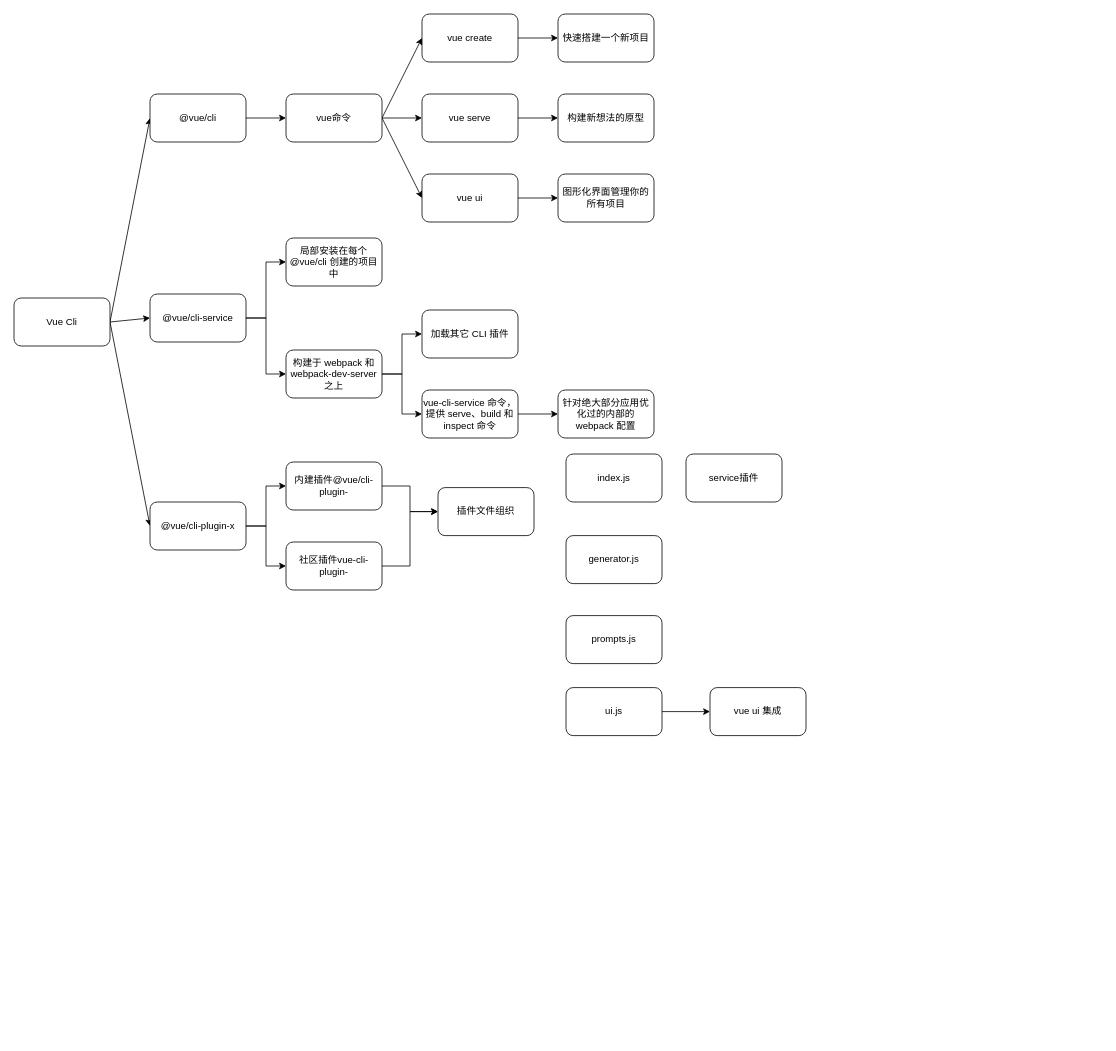
The draw.io diagram frontend/vuecli.drawio in Rockergmail/draw.io, before the edit. Source tidied: cells renumbered, new cells numbered last; positions are measured from the earlier drawing's top-left corner, leaving out a move shared by most shapes. Both pictures are drawn from the tidied source at 80%, with x=0, y=0 at pixel (14, 14).
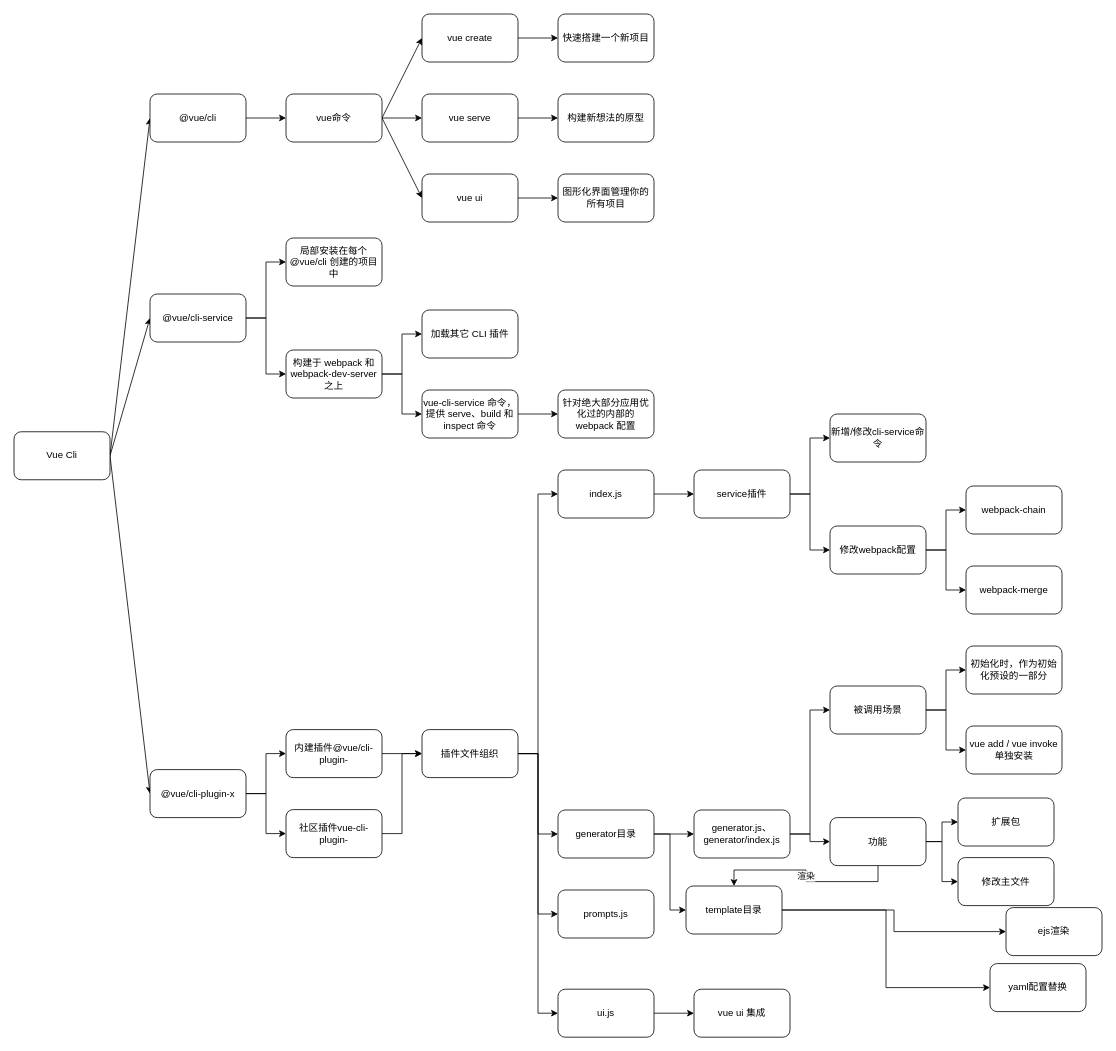
The same page after the edit.

What changed in the source:
```diff
@@
     <mxCell id="5" value="Vue Cli" style="rounded=1;whiteSpace=wrap;html=1;" parent="1" vertex="1">
-      <mxGeometry y="355" width="120" height="60" as="geometry" />
+      <mxGeometry y="522.2" width="120" height="60" as="geometry" />
     </mxCell>
@@
     <mxCell id="13" value="@vue/cli-plugin-x" style="rounded=1;whiteSpace=wrap;html=1;" parent="1" vertex="1">
-      <mxGeometry x="170" y="610" width="120" height="60" as="geometry" />
+      <mxGeometry x="170" y="944.5" width="120" height="60" as="geometry" />
     </mxCell>
@@
     <mxCell id="36" value="内建插件@vue/cli-plugin-" style="rounded=1;whiteSpace=wrap;html=1;" parent="1" vertex="1">
-      <mxGeometry x="340" y="560" width="120" height="60" as="geometry" />
+      <mxGeometry x="340" y="894.5" width="120" height="60" as="geometry" />
     </mxCell>
@@
     <mxCell id="38" value="社区插件vue-cli-plugin-" style="rounded=1;whiteSpace=wrap;html=1;" parent="1" vertex="1">
-      <mxGeometry x="340" y="660" width="120" height="60" as="geometry" />
+      <mxGeometry x="340" y="994.5" width="120" height="60" as="geometry" />
     </mxCell>
+    <mxCell id="47" style="edgeStyle=orthogonalEdgeStyle;rounded=0;jettySize=auto;html=1;exitX=1;exitY=0.5;exitDx=0;exitDy=0;entryX=0;entryY=0.5;entryDx=0;entryDy=0;" parent="1" edge="1" source="39" target="41">
+      <mxGeometry relative="1" as="geometry" />
+    </mxCell>
+    <mxCell id="48" style="edgeStyle=orthogonalEdgeStyle;rounded=0;jettySize=auto;html=1;exitX=1;exitY=0.5;exitDx=0;exitDy=0;entryX=0;entryY=0.5;entryDx=0;entryDy=0;" parent="1" edge="1" source="39" target="40">
+      <mxGeometry relative="1" as="geometry" />
+    </mxCell>
+    <mxCell id="49" style="edgeStyle=orthogonalEdgeStyle;rounded=0;jettySize=auto;html=1;exitX=1;exitY=0.5;exitDx=0;exitDy=0;entryX=0;entryY=0.5;entryDx=0;entryDy=0;" parent="1" edge="1" source="39" target="42">
+      <mxGeometry relative="1" as="geometry" />
+    </mxCell>
+    <mxCell id="50" style="edgeStyle=orthogonalEdgeStyle;rounded=0;jettySize=auto;html=1;exitX=1;exitY=0.5;exitDx=0;exitDy=0;entryX=0;entryY=0.5;entryDx=0;entryDy=0;" parent="1" edge="1" source="39" target="44">
+      <mxGeometry relative="1" as="geometry" />
+    </mxCell>
     <mxCell id="39" value="插件文件组织" style="rounded=1;whiteSpace=wrap;html=1;" parent="1" vertex="1">
-      <mxGeometry x="530" y="592" width="120" height="60" as="geometry" />
+      <mxGeometry x="510" y="894.5" width="120" height="60" as="geometry" />
     </mxCell>
+    <mxCell id="51" style="edgeStyle=orthogonalEdgeStyle;rounded=0;jettySize=auto;html=1;entryX=0;entryY=0.5;entryDx=0;entryDy=0;" parent="1" edge="1" source="40" target="63">
+      <mxGeometry relative="1" as="geometry" />
+    </mxCell>
+    <mxCell id="52" style="edgeStyle=orthogonalEdgeStyle;rounded=0;jettySize=auto;html=1;exitX=1;exitY=0.5;exitDx=0;exitDy=0;entryX=0;entryY=0.5;entryDx=0;entryDy=0;" parent="1" edge="1" source="40" target="66">
+      <mxGeometry relative="1" as="geometry" />
+    </mxCell>
-    <mxCell id="40" value="generator.js" style="rounded=1;whiteSpace=wrap;html=1;" parent="1" vertex="1">
-      <mxGeometry x="690" y="652" width="120" height="60" as="geometry" />
+    <mxCell id="40" value="generator目录" style="rounded=1;whiteSpace=wrap;html=1;" parent="1" vertex="1">
+      <mxGeometry x="680" y="995" width="120" height="60" as="geometry" />
     </mxCell>
+    <mxCell id="53" style="edgeStyle=orthogonalEdgeStyle;rounded=0;jettySize=auto;html=1;exitX=1;exitY=0.5;exitDx=0;exitDy=0;entryX=0;entryY=0.5;entryDx=0;entryDy=0;" parent="1" edge="1" source="41" target="45">
+      <mxGeometry relative="1" as="geometry" />
+    </mxCell>
     <mxCell id="41" value="index.js" style="rounded=1;whiteSpace=wrap;html=1;" parent="1" vertex="1">
-      <mxGeometry x="690" y="550" width="120" height="60" as="geometry" />
+      <mxGeometry x="680" y="570" width="120" height="60" as="geometry" />
     </mxCell>
     <mxCell id="42" value="prompts.js" style="rounded=1;whiteSpace=wrap;html=1;" parent="1" vertex="1">
-      <mxGeometry x="690" y="752" width="120" height="60" as="geometry" />
+      <mxGeometry x="680" y="1095" width="120" height="60" as="geometry" />
     </mxCell>
@@
     <mxCell id="44" value="ui.js" style="rounded=1;whiteSpace=wrap;html=1;" parent="1" vertex="1">
-      <mxGeometry x="690" y="842" width="120" height="60" as="geometry" />
+      <mxGeometry x="680" y="1219" width="120" height="60" as="geometry" />
     </mxCell>
+    <mxCell id="54" style="edgeStyle=orthogonalEdgeStyle;rounded=0;jettySize=auto;html=1;exitX=1;exitY=0.5;exitDx=0;exitDy=0;entryX=0;entryY=0.5;entryDx=0;entryDy=0;" parent="1" edge="1" source="45" target="75">
+      <mxGeometry relative="1" as="geometry" />
+    </mxCell>
+    <mxCell id="55" style="edgeStyle=orthogonalEdgeStyle;rounded=0;jettySize=auto;html=1;exitX=1;exitY=0.5;exitDx=0;exitDy=0;entryX=0;entryY=0.5;entryDx=0;entryDy=0;" parent="1" edge="1" source="45" target="78">
+      <mxGeometry relative="1" as="geometry" />
+    </mxCell>
     <mxCell id="45" value="service插件" style="rounded=1;whiteSpace=wrap;html=1;" parent="1" vertex="1">
-      <mxGeometry x="840" y="550" width="120" height="60" as="geometry" />
+      <mxGeometry x="850" y="570" width="120" height="60" as="geometry" />
     </mxCell>
     <mxCell id="46" value="vue ui 集成" style="rounded=1;whiteSpace=wrap;html=1;" parent="1" vertex="1">
-      <mxGeometry x="870" y="842" width="120" height="60" as="geometry" />
+      <mxGeometry x="850" y="1219" width="120" height="60" as="geometry" />
     </mxCell>
+    <mxCell id="56" value="初始化时，作为初始化预设的一部分" style="rounded=1;whiteSpace=wrap;html=1;" parent="1" vertex="1">
+      <mxGeometry x="1190" y="790" width="120" height="60" as="geometry" />
+    </mxCell>
+    <mxCell id="57" value="vue add / vue invoke单独安装" style="rounded=1;whiteSpace=wrap;html=1;" parent="1" vertex="1">
+      <mxGeometry x="1190" y="890" width="120" height="60" as="geometry" />
+    </mxCell>
+    <mxCell id="58" style="edgeStyle=orthogonalEdgeStyle;rounded=0;jettySize=auto;html=1;exitX=1;exitY=0.5;exitDx=0;exitDy=0;entryX=0;entryY=0.5;entryDx=0;entryDy=0;" parent="1" edge="1" source="60" target="56">
+      <mxGeometry relative="1" as="geometry" />
+    </mxCell>
+    <mxCell id="59" style="edgeStyle=orthogonalEdgeStyle;rounded=0;jettySize=auto;html=1;exitX=1;exitY=0.5;exitDx=0;exitDy=0;entryX=0;entryY=0.5;entryDx=0;entryDy=0;" parent="1" edge="1" source="60" target="57">
+      <mxGeometry relative="1" as="geometry" />
+    </mxCell>
+    <mxCell id="60" value="被调用场景" style="rounded=1;whiteSpace=wrap;html=1;" parent="1" vertex="1">
+      <mxGeometry x="1020" y="840" width="120" height="60" as="geometry" />
+    </mxCell>
+    <mxCell id="61" style="edgeStyle=orthogonalEdgeStyle;rounded=0;jettySize=auto;html=1;exitX=1;exitY=0.5;exitDx=0;exitDy=0;entryX=0;entryY=0.5;entryDx=0;entryDy=0;" parent="1" edge="1" source="63" target="60">
+      <mxGeometry relative="1" as="geometry" />
+    </mxCell>
+    <mxCell id="62" style="edgeStyle=orthogonalEdgeStyle;rounded=0;jettySize=auto;html=1;entryX=0;entryY=0.5;entryDx=0;entryDy=0;" parent="1" edge="1" source="63" target="71">
+      <mxGeometry relative="1" as="geometry" />
+    </mxCell>
+    <mxCell id="63" value="generator.js、generator/index.js" style="rounded=1;whiteSpace=wrap;html=1;" parent="1" vertex="1">
+      <mxGeometry x="850" y="995" width="120" height="60" as="geometry" />
+    </mxCell>
+    <mxCell id="64" style="edgeStyle=orthogonalEdgeStyle;rounded=0;jettySize=auto;html=1;" parent="1" edge="1" source="66" target="72">
+      <mxGeometry relative="1" as="geometry" />
+    </mxCell>
+    <mxCell id="65" style="edgeStyle=orthogonalEdgeStyle;rounded=0;jettySize=auto;html=1;exitX=1;exitY=0.5;exitDx=0;exitDy=0;entryX=0;entryY=0.5;entryDx=0;entryDy=0;" parent="1" edge="1" source="66" target="67">
+      <mxGeometry relative="1" as="geometry" />
+    </mxCell>
+    <mxCell id="66" value="template目录" style="rounded=1;whiteSpace=wrap;html=1;" parent="1" vertex="1">
+      <mxGeometry x="840" y="1090" width="120" height="60" as="geometry" />
+    </mxCell>
+    <mxCell id="67" value="yaml配置替换" style="rounded=1;whiteSpace=wrap;html=1;" parent="1" vertex="1">
+      <mxGeometry x="1220" y="1187" width="120" height="60" as="geometry" />
+    </mxCell>
+    <mxCell id="68" style="edgeStyle=orthogonalEdgeStyle;rounded=0;jettySize=auto;html=1;exitX=1;exitY=0.5;exitDx=0;exitDy=0;entryX=0;entryY=0.5;entryDx=0;entryDy=0;" parent="1" edge="1" source="71" target="73">
+      <mxGeometry relative="1" as="geometry" />
+    </mxCell>
+    <mxCell id="69" style="edgeStyle=orthogonalEdgeStyle;rounded=0;jettySize=auto;html=1;exitX=1;exitY=0.5;exitDx=0;exitDy=0;entryX=0;entryY=0.5;entryDx=0;entryDy=0;" parent="1" edge="1" source="71" target="74">
+      <mxGeometry relative="1" as="geometry" />
+    </mxCell>
+    <mxCell id="70" value="渲染" style="edgeStyle=orthogonalEdgeStyle;rounded=0;jettySize=auto;html=1;exitX=0.5;exitY=1;exitDx=0;exitDy=0;entryX=0.5;entryY=0;entryDx=0;entryDy=0;" parent="1" edge="1" source="71" target="66">
+      <mxGeometry relative="1" as="geometry" />
+    </mxCell>
+    <mxCell id="71" value="功能" style="rounded=1;whiteSpace=wrap;html=1;" parent="1" vertex="1">
+      <mxGeometry x="1020" y="1004.5" width="120" height="60" as="geometry" />
+    </mxCell>
+    <mxCell id="72" value="ejs渲染" style="rounded=1;whiteSpace=wrap;html=1;" parent="1" vertex="1">
+      <mxGeometry x="1240" y="1117" width="120" height="60" as="geometry" />
+    </mxCell>
+    <mxCell id="73" value="扩展包" style="rounded=1;whiteSpace=wrap;html=1;" parent="1" vertex="1">
+      <mxGeometry x="1180" y="980" width="120" height="60" as="geometry" />
+    </mxCell>
+    <mxCell id="74" value="修改主文件" style="rounded=1;whiteSpace=wrap;html=1;" parent="1" vertex="1">
+      <mxGeometry x="1180" y="1054.5" width="120" height="60" as="geometry" />
+    </mxCell>
+    <mxCell id="75" value="新增/修改cli-service命令" style="rounded=1;whiteSpace=wrap;html=1;" parent="1" vertex="1">
+      <mxGeometry x="1020" y="500" width="120" height="60" as="geometry" />
+    </mxCell>
+    <mxCell id="76" style="edgeStyle=orthogonalEdgeStyle;rounded=0;jettySize=auto;html=1;exitX=1;exitY=0.5;exitDx=0;exitDy=0;entryX=0;entryY=0.5;entryDx=0;entryDy=0;" parent="1" edge="1" source="78" target="80">
+      <mxGeometry relative="1" as="geometry" />
+    </mxCell>
+    <mxCell id="77" style="edgeStyle=orthogonalEdgeStyle;rounded=0;jettySize=auto;html=1;exitX=1;exitY=0.5;exitDx=0;exitDy=0;entryX=0;entryY=0.5;entryDx=0;entryDy=0;" parent="1" edge="1" source="78" target="79">
+      <mxGeometry relative="1" as="geometry" />
+    </mxCell>
+    <mxCell id="78" value="修改webpack配置" style="rounded=1;whiteSpace=wrap;html=1;" parent="1" vertex="1">
+      <mxGeometry x="1020" y="640" width="120" height="60" as="geometry" />
+    </mxCell>
+    <mxCell id="79" value="webpack-merge" style="rounded=1;whiteSpace=wrap;html=1;" parent="1" vertex="1">
+      <mxGeometry x="1190" y="690" width="120" height="60" as="geometry" />
+    </mxCell>
+    <mxCell id="80" value="webpack-chain" style="rounded=1;whiteSpace=wrap;html=1;" parent="1" vertex="1">
+      <mxGeometry x="1190" y="590" width="120" height="60" as="geometry" />
+    </mxCell>
```
